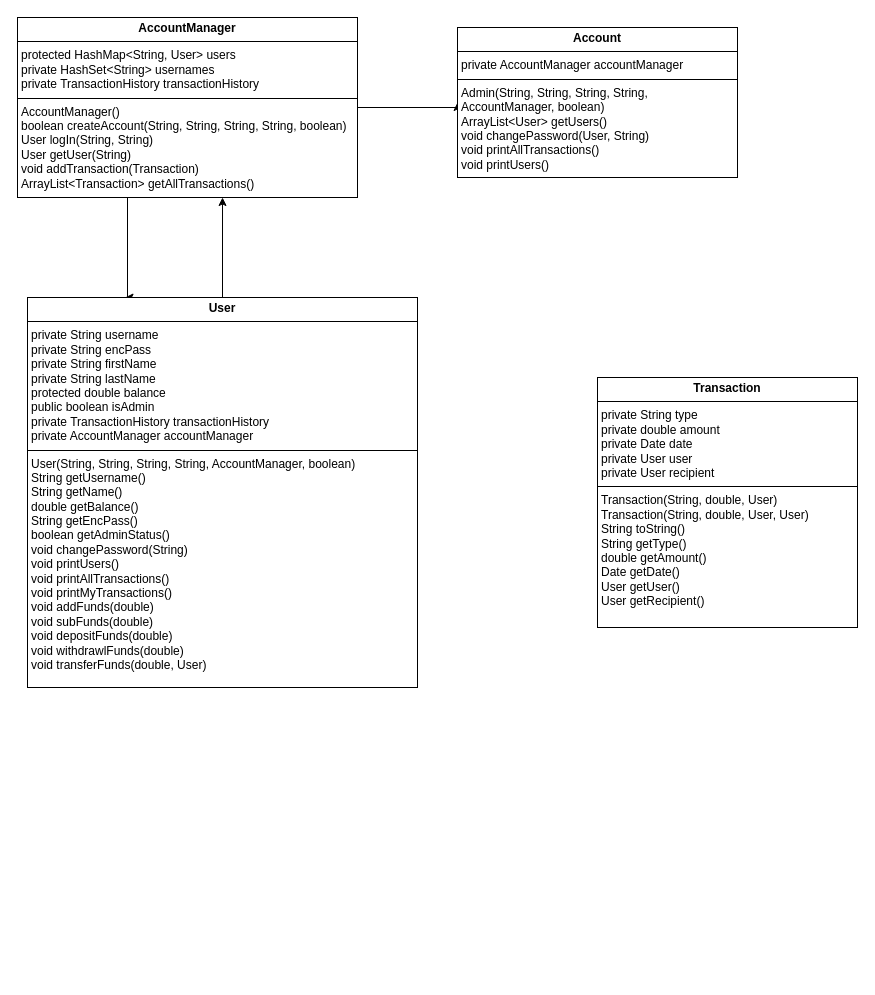
hstocke1/MIST4600Project1 keeps this draw.io diagram as Untitled Diagram.drawio. Above is the earlier version. Source tidied: cells renumbered, new cells numbered last; positions are measured from the earlier drawing's top-left corner, leaving out a move shared by most shapes. Both pictures are drawn from the tidied source at 100%, with x=0, y=0 at pixel (17, 17).
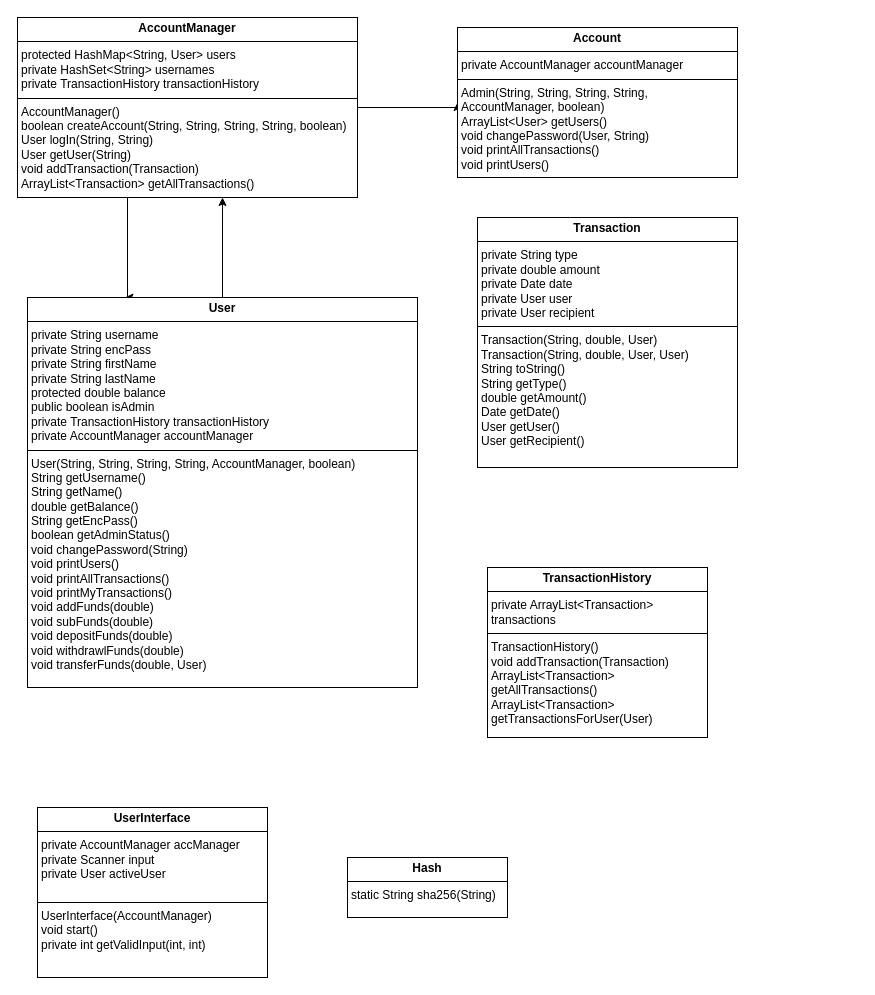
The same page after the edit.

Diff of the diagram source:
```diff
@@
 <mxGraphModel>
   <root>
     <mxCell id="0" />
     <mxCell id="1" parent="0" />
     <mxCell id="2" style="edgeStyle=orthogonalEdgeStyle;rounded=0;jettySize=auto;html=1;entryX=0;entryY=0.5;entryDx=0;entryDy=0;" parent="1" edge="1" source="4" target="5">
       <mxGeometry relative="1" as="geometry">
         <Array as="points">
           <mxPoint x="440" y="90" />
         </Array>
       </mxGeometry>
     </mxCell>
     <mxCell id="3" style="edgeStyle=orthogonalEdgeStyle;rounded=0;jettySize=auto;html=1;exitX=0.5;exitY=1;exitDx=0;exitDy=0;entryX=0.25;entryY=0;entryDx=0;entryDy=0;" parent="1" edge="1" source="4" target="6">
       <mxGeometry relative="1" as="geometry">
         <Array as="points">
           <mxPoint x="110" y="180" />
           <mxPoint x="110" y="280" />
         </Array>
       </mxGeometry>
     </mxCell>
     <mxCell id="4" value="&lt;p style=&quot;margin:0px;margin-top:4px;text-align:center;&quot;&gt;&lt;b&gt;AccountManager&lt;/b&gt;&lt;/p&gt;&lt;hr size=&quot;1&quot; style=&quot;border-style:solid;&quot;&gt;&lt;p style=&quot;margin:0px;margin-left:4px;&quot;&gt;protected HashMap&amp;lt;String, User&amp;gt; users&lt;/p&gt;&lt;p style=&quot;margin:0px;margin-left:4px;&quot;&gt;private HashSet&amp;lt;String&amp;gt; usernames&lt;/p&gt;&lt;p style=&quot;margin:0px;margin-left:4px;&quot;&gt;private TransactionHistory transactionHistory&lt;/p&gt;&lt;hr size=&quot;1&quot; style=&quot;border-style:solid;&quot;&gt;&lt;p style=&quot;margin:0px;margin-left:4px;&quot;&gt;AccountManager()&lt;/p&gt;&lt;p style=&quot;margin:0px;margin-left:4px;&quot;&gt;boolean createAccount(String, String, String, String, boolean)&lt;/p&gt;&lt;p style=&quot;margin:0px;margin-left:4px;&quot;&gt;User logIn(String, String)&lt;/p&gt;&lt;p style=&quot;margin:0px;margin-left:4px;&quot;&gt;User getUser(String)&lt;/p&gt;&lt;p style=&quot;margin:0px;margin-left:4px;&quot;&gt;void addTransaction(Transaction)&lt;/p&gt;&lt;p style=&quot;margin:0px;margin-left:4px;&quot;&gt;ArrayList&amp;lt;Transaction&amp;gt; getAllTransactions()&lt;/p&gt;" style="verticalAlign=top;align=left;overflow=fill;html=1;whiteSpace=wrap;" parent="1" vertex="1">
       <mxGeometry width="340" height="180" as="geometry" />
     </mxCell>
     <mxCell id="5" value="&lt;p style=&quot;margin:0px;margin-top:4px;text-align:center;&quot;&gt;&lt;b&gt;Account&lt;/b&gt;&lt;/p&gt;&lt;hr size=&quot;1&quot; style=&quot;border-style:solid;&quot;&gt;&lt;p style=&quot;margin:0px;margin-left:4px;&quot;&gt;private AccountManager accountManager&lt;/p&gt;&lt;hr size=&quot;1&quot; style=&quot;border-style:solid;&quot;&gt;&lt;p style=&quot;margin:0px;margin-left:4px;&quot;&gt;Admin(String, String, String, String, AccountManager, boolean)&lt;/p&gt;&lt;p style=&quot;margin:0px;margin-left:4px;&quot;&gt;ArrayList&amp;lt;User&amp;gt; getUsers()&lt;/p&gt;&lt;p style=&quot;margin:0px;margin-left:4px;&quot;&gt;void changePassword(User, String)&lt;/p&gt;&lt;p style=&quot;margin:0px;margin-left:4px;&quot;&gt;void printAllTransactions()&lt;/p&gt;&lt;p style=&quot;margin:0px;margin-left:4px;&quot;&gt;void printUsers()&lt;/p&gt;" style="verticalAlign=top;align=left;overflow=fill;html=1;whiteSpace=wrap;" parent="1" vertex="1">
       <mxGeometry x="440" y="10" width="280" height="150" as="geometry" />
     </mxCell>
     <mxCell id="6" value="&lt;p style=&quot;margin:0px;margin-top:4px;text-align:center;&quot;&gt;&lt;b&gt;User&lt;/b&gt;&lt;/p&gt;&lt;hr size=&quot;1&quot; style=&quot;border-style:solid;&quot;&gt;&lt;p style=&quot;margin:0px;margin-left:4px;&quot;&gt;private String username&lt;/p&gt;&lt;p style=&quot;margin:0px;margin-left:4px;&quot;&gt;private String encPass&lt;/p&gt;&lt;p style=&quot;margin:0px;margin-left:4px;&quot;&gt;private String firstName&lt;/p&gt;&lt;p style=&quot;margin:0px;margin-left:4px;&quot;&gt;private String lastName&lt;/p&gt;&lt;p style=&quot;margin:0px;margin-left:4px;&quot;&gt;protected double balance&lt;/p&gt;&lt;p style=&quot;margin:0px;margin-left:4px;&quot;&gt;public boolean isAdmin&lt;/p&gt;&lt;p style=&quot;margin:0px;margin-left:4px;&quot;&gt;private TransactionHistory transactionHistory&lt;/p&gt;&lt;p style=&quot;margin:0px;margin-left:4px;&quot;&gt;private AccountManager accountManager&lt;/p&gt;&lt;hr size=&quot;1&quot; style=&quot;border-style:solid;&quot;&gt;&lt;p style=&quot;margin:0px;margin-left:4px;&quot;&gt;User(String, String, String, String, AccountManager, boolean)&lt;/p&gt;&lt;p style=&quot;margin:0px;margin-left:4px;&quot;&gt;String getUsername()&lt;/p&gt;&lt;p style=&quot;margin:0px;margin-left:4px;&quot;&gt;String getName()&lt;/p&gt;&lt;p style=&quot;margin:0px;margin-left:4px;&quot;&gt;double getBalance()&lt;/p&gt;&lt;p style=&quot;margin:0px;margin-left:4px;&quot;&gt;String getEncPass()&lt;/p&gt;&lt;p style=&quot;margin:0px;margin-left:4px;&quot;&gt;boolean getAdminStatus()&lt;/p&gt;&lt;p style=&quot;margin:0px;margin-left:4px;&quot;&gt;void changePassword(String)&lt;/p&gt;&lt;p style=&quot;margin:0px;margin-left:4px;&quot;&gt;void printUsers()&lt;/p&gt;&lt;p style=&quot;margin:0px;margin-left:4px;&quot;&gt;void printAllTransactions()&lt;/p&gt;&lt;p style=&quot;margin:0px;margin-left:4px;&quot;&gt;void printMyTransactions()&lt;/p&gt;&lt;p style=&quot;margin:0px;margin-left:4px;&quot;&gt;void addFunds(double)&lt;/p&gt;&lt;p style=&quot;margin:0px;margin-left:4px;&quot;&gt;void subFunds(double)&lt;/p&gt;&lt;p style=&quot;margin:0px;margin-left:4px;&quot;&gt;void depositFunds(double)&lt;/p&gt;&lt;p style=&quot;margin:0px;margin-left:4px;&quot;&gt;void withdrawlFunds(double)&lt;/p&gt;&lt;p style=&quot;margin:0px;margin-left:4px;&quot;&gt;void transferFunds(double, User)&lt;/p&gt;" style="verticalAlign=top;align=left;overflow=fill;html=1;whiteSpace=wrap;" parent="1" vertex="1">
       <mxGeometry x="10" y="280" width="390" height="390" as="geometry" />
     </mxCell>
     <mxCell id="7" style="edgeStyle=orthogonalEdgeStyle;rounded=0;jettySize=auto;html=1;exitX=0.5;exitY=0;exitDx=0;exitDy=0;entryX=0.603;entryY=1;entryDx=0;entryDy=0;entryPerimeter=0;" parent="1" edge="1" source="6" target="4">
       <mxGeometry relative="1" as="geometry" />
     </mxCell>
     <mxCell id="8" value="&lt;p style=&quot;margin:0px;margin-top:4px;text-align:center;&quot;&gt;&lt;b&gt;Transaction&lt;/b&gt;&lt;/p&gt;&lt;hr size=&quot;1&quot; style=&quot;border-style:solid;&quot;&gt;&lt;p style=&quot;margin:0px;margin-left:4px;&quot;&gt;private String type&lt;/p&gt;&lt;p style=&quot;margin:0px;margin-left:4px;&quot;&gt;private double amount&lt;/p&gt;&lt;p style=&quot;margin:0px;margin-left:4px;&quot;&gt;private Date date&lt;/p&gt;&lt;p style=&quot;margin:0px;margin-left:4px;&quot;&gt;private User user&lt;/p&gt;&lt;p style=&quot;margin:0px;margin-left:4px;&quot;&gt;private User recipient&lt;/p&gt;&lt;hr size=&quot;1&quot; style=&quot;border-style:solid;&quot;&gt;&lt;p style=&quot;margin:0px;margin-left:4px;&quot;&gt;Transaction(String, double, User)&lt;/p&gt;&lt;p style=&quot;margin:0px;margin-left:4px;&quot;&gt;Transaction(String, double, User, User)&lt;/p&gt;&lt;p style=&quot;margin:0px;margin-left:4px;&quot;&gt;String toString()&lt;/p&gt;&lt;p style=&quot;margin:0px;margin-left:4px;&quot;&gt;String getType()&lt;/p&gt;&lt;p style=&quot;margin:0px;margin-left:4px;&quot;&gt;double getAmount()&lt;/p&gt;&lt;p style=&quot;margin:0px;margin-left:4px;&quot;&gt;Date getDate()&lt;/p&gt;&lt;p style=&quot;margin:0px;margin-left:4px;&quot;&gt;User getUser()&lt;/p&gt;&lt;p style=&quot;margin:0px;margin-left:4px;&quot;&gt;User getRecipient()&lt;/p&gt;" style="verticalAlign=top;align=left;overflow=fill;html=1;whiteSpace=wrap;" parent="1" vertex="1">
-      <mxGeometry x="580" y="360" width="260" height="250" as="geometry" />
+      <mxGeometry x="460" y="200" width="260" height="250" as="geometry" />
     </mxCell>
+    <mxCell id="9" value="&lt;p style=&quot;margin:0px;margin-top:4px;text-align:center;&quot;&gt;&lt;b&gt;TransactionHistory&lt;/b&gt;&lt;/p&gt;&lt;hr size=&quot;1&quot; style=&quot;border-style:solid;&quot;&gt;&lt;p style=&quot;margin:0px;margin-left:4px;&quot;&gt;private ArrayList&amp;lt;Transaction&amp;gt; transactions&lt;/p&gt;&lt;hr size=&quot;1&quot; style=&quot;border-style:solid;&quot;&gt;&lt;p style=&quot;margin:0px;margin-left:4px;&quot;&gt;TransactionHistory()&lt;/p&gt;&lt;p style=&quot;margin:0px;margin-left:4px;&quot;&gt;void addTransaction(Transaction)&lt;/p&gt;&lt;p style=&quot;margin:0px;margin-left:4px;&quot;&gt;ArrayList&amp;lt;Transaction&amp;gt; getAllTransactions()&lt;/p&gt;&lt;p style=&quot;margin:0px;margin-left:4px;&quot;&gt;ArrayList&amp;lt;Transaction&amp;gt; getTransactionsForUser(User)&lt;/p&gt;" style="verticalAlign=top;align=left;overflow=fill;html=1;whiteSpace=wrap;" parent="1" vertex="1">
+      <mxGeometry x="470" y="550" width="220" height="170" as="geometry" />
+    </mxCell>
+    <mxCell id="10" value="&lt;p style=&quot;margin:0px;margin-top:4px;text-align:center;&quot;&gt;&lt;b&gt;Hash&lt;/b&gt;&lt;/p&gt;&lt;hr size=&quot;1&quot; style=&quot;border-style:solid;&quot;&gt;&lt;p style=&quot;margin:0px;margin-left:4px;&quot;&gt;static String sha256(String)&lt;/p&gt;" style="verticalAlign=top;align=left;overflow=fill;html=1;whiteSpace=wrap;" parent="1" vertex="1">
+      <mxGeometry x="330" y="840" width="160" height="60" as="geometry" />
+    </mxCell>
+    <mxCell id="11" value="&lt;p style=&quot;margin:0px;margin-top:4px;text-align:center;&quot;&gt;&lt;b&gt;UserInterface&lt;/b&gt;&lt;/p&gt;&lt;hr size=&quot;1&quot; style=&quot;border-style:solid;&quot;&gt;&lt;p style=&quot;margin:0px;margin-left:4px;&quot;&gt;private AccountManager accManager&lt;/p&gt;&lt;p style=&quot;margin:0px;margin-left:4px;&quot;&gt;private Scanner input&lt;/p&gt;&lt;p style=&quot;margin:0px;margin-left:4px;&quot;&gt;private User activeUser&lt;/p&gt;&lt;div&gt;&lt;br&gt;&lt;/div&gt;&lt;hr size=&quot;1&quot; style=&quot;border-style:solid;&quot;&gt;&lt;p style=&quot;margin:0px;margin-left:4px;&quot;&gt;UserInterface(AccountManager)&lt;/p&gt;&lt;p style=&quot;margin:0px;margin-left:4px;&quot;&gt;void start()&lt;/p&gt;&lt;p style=&quot;margin:0px;margin-left:4px;&quot;&gt;private int getValidInput(int, int)&lt;/p&gt;" style="verticalAlign=top;align=left;overflow=fill;html=1;whiteSpace=wrap;" parent="1" vertex="1">
+      <mxGeometry x="20" y="790" width="230" height="170" as="geometry" />
+    </mxCell>
   </root>
 </mxGraphModel>
```
